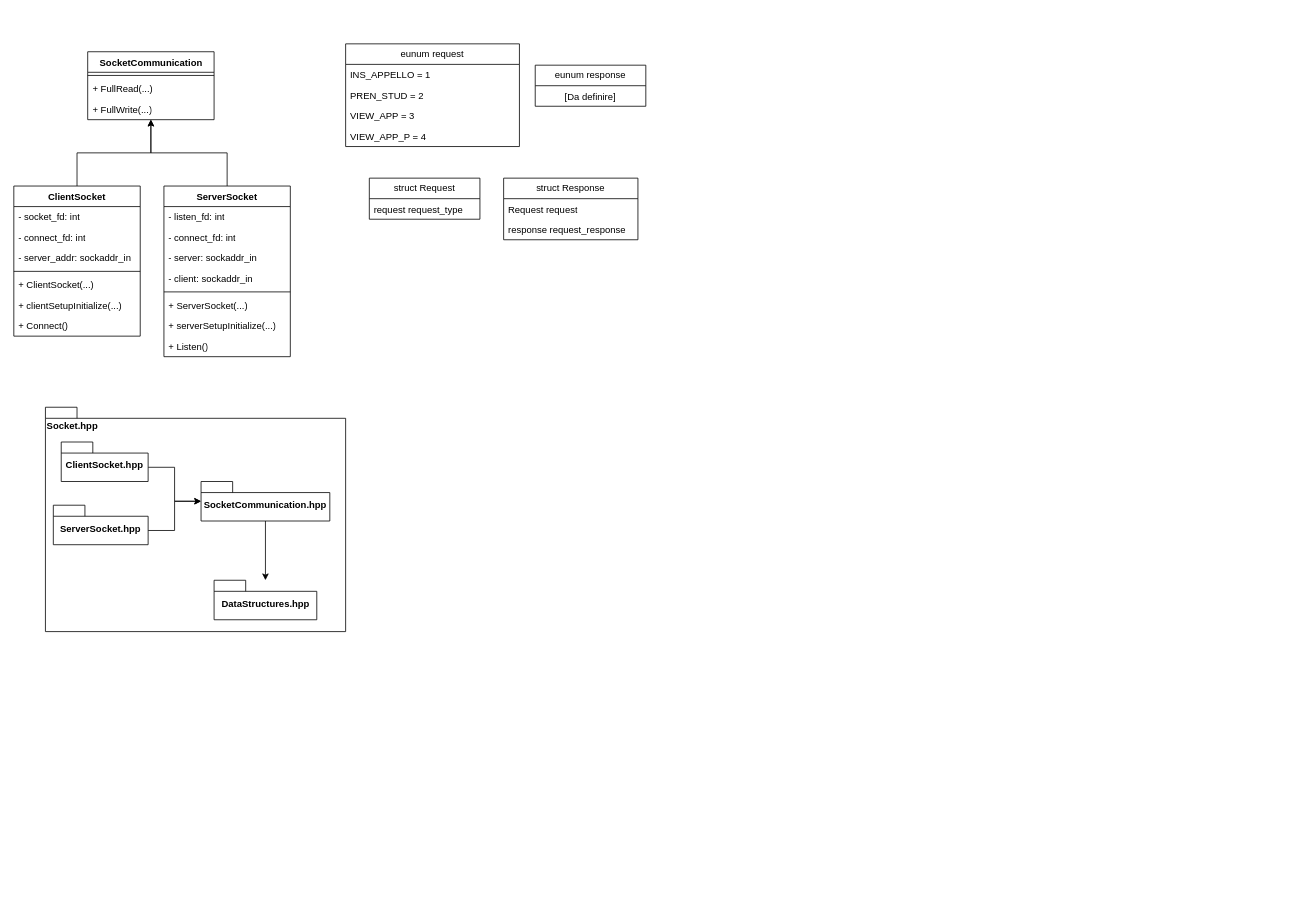
The draw.io diagram documentazione/Classi_Librerie.drawio in NicolaPonticelli001/reti_di_calcolatori_gestionale_uni, before the edit. Source tidied: cells renumbered, new cells numbered last; positions are measured from the earlier drawing's top-left corner, leaving out a move shared by most shapes. Both pictures are drawn from the tidied source at 79%, with x=0, y=0 at pixel (13, 43).
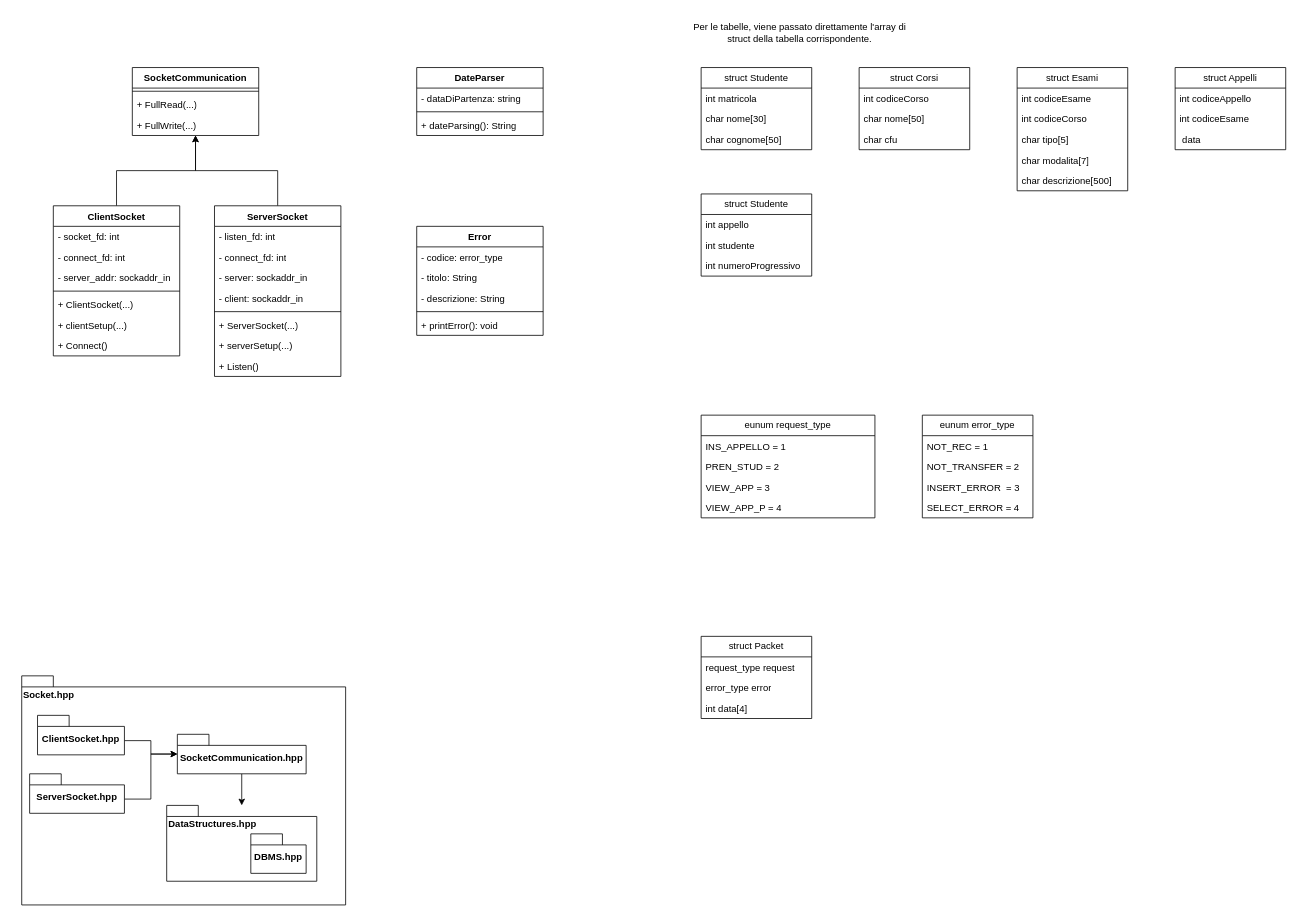
After the change.

Commit message (it also covers changes not shown here):
Aggiornamento delle specifiche delle operazioni e definizione delle strutture dati

What changed in the source:
```diff
@@
     <mxCell id="3" value="ClientSocket" style="swimlane;fontStyle=1;align=center;verticalAlign=top;horizontal=1;startSize=26;whiteSpace=wrap;html=1;" parent="1" vertex="1">
-      <mxGeometry y="180" width="160" height="190" as="geometry" />
+      <mxGeometry x="50" y="205" width="160" height="190" as="geometry" />
     </mxCell>
@@
-    <mxCell id="9" value="+ clientSetupInitialize(...)" style="text;strokeColor=none;fillColor=none;align=left;verticalAlign=top;spacingLeft=4;spacingRight=4;overflow=hidden;whiteSpace=wrap;html=1;" parent="3" vertex="1">
+    <mxCell id="9" value="+ clientSetup(...)" style="text;strokeColor=none;fillColor=none;align=left;verticalAlign=top;spacingLeft=4;spacingRight=4;overflow=hidden;whiteSpace=wrap;html=1;" parent="3" vertex="1">
       <mxGeometry y="138" width="160" height="26" as="geometry" />
     </mxCell>
@@
     <mxCell id="12" value="ServerSocket" style="swimlane;fontStyle=1;align=center;verticalAlign=top;horizontal=1;startSize=26;whiteSpace=wrap;html=1;" parent="1" vertex="1">
-      <mxGeometry x="190" y="180" width="160" height="216" as="geometry" />
+      <mxGeometry x="254" y="205" width="160" height="216" as="geometry" />
     </mxCell>
@@
-    <mxCell id="19" value="+ serverSetupInitialize(...)" style="text;strokeColor=none;fillColor=none;align=left;verticalAlign=top;spacingLeft=4;spacingRight=4;overflow=hidden;whiteSpace=wrap;html=1;" parent="12" vertex="1">
+    <mxCell id="19" value="+ serverSetup(...)" style="text;strokeColor=none;fillColor=none;align=left;verticalAlign=top;spacingLeft=4;spacingRight=4;overflow=hidden;whiteSpace=wrap;html=1;" parent="12" vertex="1">
       <mxGeometry y="164" width="160" height="26" as="geometry" />
     </mxCell>
@@
     <mxCell id="21" value="SocketCommunication" style="swimlane;fontStyle=1;align=center;verticalAlign=top;horizontal=1;startSize=26;whiteSpace=wrap;html=1;" parent="1" vertex="1">
-      <mxGeometry x="93.5" y="10" width="160" height="86" as="geometry" />
+      <mxGeometry x="150" y="30" width="160" height="86" as="geometry" />
     </mxCell>
@@
     <mxCell id="25" value="Socket.hpp" style="shape=folder;fontStyle=1;spacingTop=10;tabWidth=40;tabHeight=14;tabPosition=left;html=1;whiteSpace=wrap;align=left;verticalAlign=top;" parent="1" vertex="1">
-      <mxGeometry x="40" y="460" width="380" height="284" as="geometry" />
+      <mxGeometry x="10" y="800" width="410" height="290" as="geometry" />
     </mxCell>
@@
     <mxCell id="27" value="ClientSocket.hpp" style="shape=folder;fontStyle=1;spacingTop=10;tabWidth=40;tabHeight=14;tabPosition=left;html=1;whiteSpace=wrap;" parent="1" vertex="1">
-      <mxGeometry x="60" y="504" width="110" height="50" as="geometry" />
+      <mxGeometry x="30" y="850" width="110" height="50" as="geometry" />
     </mxCell>
@@
     <mxCell id="29" value="ServerSocket.hpp" style="shape=folder;fontStyle=1;spacingTop=10;tabWidth=40;tabHeight=14;tabPosition=left;html=1;whiteSpace=wrap;" parent="1" vertex="1">
-      <mxGeometry x="50" y="584" width="120" height="50" as="geometry" />
+      <mxGeometry x="20" y="924" width="120" height="50" as="geometry" />
     </mxCell>
@@
     <mxCell id="31" value="SocketCommunication.hpp" style="shape=folder;fontStyle=1;spacingTop=10;tabWidth=40;tabHeight=14;tabPosition=left;html=1;whiteSpace=wrap;" parent="1" vertex="1">
-      <mxGeometry x="237" y="554" width="163" height="50" as="geometry" />
+      <mxGeometry x="207" y="874" width="163" height="50" as="geometry" />
     </mxCell>
-    <mxCell id="32" value="DataStructures.hpp" style="shape=folder;fontStyle=1;spacingTop=10;tabWidth=40;tabHeight=14;tabPosition=left;html=1;whiteSpace=wrap;" parent="1" vertex="1">
-      <mxGeometry x="253.5" y="679" width="130" height="50" as="geometry" />
+    <mxCell id="32" value="DataStructures.hpp" style="shape=folder;fontStyle=1;spacingTop=10;tabWidth=40;tabHeight=14;tabPosition=left;html=1;whiteSpace=wrap;align=left;verticalAlign=top;" parent="1" vertex="1">
+      <mxGeometry x="193.5" y="964" width="190" height="96" as="geometry" />
     </mxCell>
-    <mxCell id="33" value="struct Request" style="swimlane;fontStyle=0;horizontal=1;startSize=26;fillColor=none;whiteSpace=wrap;html=1;" parent="1" vertex="1">
-      <mxGeometry x="450" y="170" width="140" height="52" as="geometry" />
-    </mxCell>
-    <mxCell id="34" value="request request_type" style="text;strokeColor=none;fillColor=none;align=left;verticalAlign=top;spacingLeft=4;spacingRight=4;overflow=hidden;whiteSpace=wrap;html=1;" parent="33" vertex="1">
-      <mxGeometry y="26" width="140" height="26" as="geometry" />
-    </mxCell>
-    <mxCell id="35" value="struct Response" style="swimlane;fontStyle=0;horizontal=1;startSize=26;fillColor=none;whiteSpace=wrap;html=1;" parent="1" vertex="1">
-      <mxGeometry x="620" y="170" width="170" height="78" as="geometry" />
-    </mxCell>
-    <mxCell id="36" value="Request request" style="text;strokeColor=none;fillColor=none;align=left;verticalAlign=top;spacingLeft=4;spacingRight=4;overflow=hidden;whiteSpace=wrap;html=1;" parent="35" vertex="1">
-      <mxGeometry y="26" width="170" height="26" as="geometry" />
-    </mxCell>
-    <mxCell id="37" value="response request_response" style="text;strokeColor=none;fillColor=none;align=left;verticalAlign=top;spacingLeft=4;spacingRight=4;overflow=hidden;whiteSpace=wrap;html=1;" parent="35" vertex="1">
-      <mxGeometry y="52" width="170" height="26" as="geometry" />
-    </mxCell>
-    <mxCell id="38" value="eunum request" style="swimlane;fontStyle=0;horizontal=1;startSize=26;fillColor=none;whiteSpace=wrap;html=1;" parent="1" vertex="1">
-      <mxGeometry x="420" width="220" height="130" as="geometry" />
+    <mxCell id="38" value="eunum request_type" style="swimlane;fontStyle=0;horizontal=1;startSize=26;fillColor=none;whiteSpace=wrap;html=1;" parent="1" vertex="1">
+      <mxGeometry x="870" y="470" width="220" height="130" as="geometry" />
     </mxCell>
@@
-    <mxCell id="43" value="eunum response" style="swimlane;fontStyle=0;horizontal=1;startSize=26;fillColor=none;whiteSpace=wrap;html=1;" parent="1" vertex="1">
-      <mxGeometry x="660" y="27" width="140" height="52" as="geometry" />
+    <mxCell id="43" value="eunum error_type" style="swimlane;fontStyle=0;horizontal=1;startSize=26;fillColor=none;whiteSpace=wrap;html=1;" parent="1" vertex="1">
+      <mxGeometry x="1150" y="470" width="140" height="130" as="geometry" />
     </mxCell>
-    <mxCell id="44" value="[Da definire]" style="text;strokeColor=none;fillColor=none;align=center;verticalAlign=top;spacingLeft=4;spacingRight=4;overflow=hidden;whiteSpace=wrap;html=1;" parent="43" vertex="1">
+    <mxCell id="44" value="NOT_REC = 1" style="text;strokeColor=none;fillColor=none;align=left;verticalAlign=top;spacingLeft=4;spacingRight=4;overflow=hidden;whiteSpace=wrap;html=1;" parent="43" vertex="1">
       <mxGeometry y="26" width="140" height="26" as="geometry" />
     </mxCell>
+    <mxCell id="45" value="NOT_TRANSFER = 2" style="text;strokeColor=none;fillColor=none;align=left;verticalAlign=top;spacingLeft=4;spacingRight=4;overflow=hidden;whiteSpace=wrap;html=1;" parent="43" vertex="1">
+      <mxGeometry y="52" width="140" height="26" as="geometry" />
+    </mxCell>
+    <mxCell id="46" value="INSERT_ERROR&amp;nbsp; = 3" style="text;strokeColor=none;fillColor=none;align=left;verticalAlign=top;spacingLeft=4;spacingRight=4;overflow=hidden;whiteSpace=wrap;html=1;" parent="43" vertex="1">
+      <mxGeometry y="78" width="140" height="26" as="geometry" />
+    </mxCell>
+    <mxCell id="47" value="SELECT_ERROR = 4" style="text;strokeColor=none;fillColor=none;align=left;verticalAlign=top;spacingLeft=4;spacingRight=4;overflow=hidden;whiteSpace=wrap;html=1;" parent="43" vertex="1">
+      <mxGeometry y="104" width="140" height="26" as="geometry" />
+    </mxCell>
+    <mxCell id="48" value="DBMS.hpp" style="shape=folder;fontStyle=1;spacingTop=10;tabWidth=40;tabHeight=14;tabPosition=left;html=1;whiteSpace=wrap;" parent="1" vertex="1">
+      <mxGeometry x="300" y="1000" width="70" height="50" as="geometry" />
+    </mxCell>
+    <mxCell id="49" value="struct Packet" style="swimlane;fontStyle=0;horizontal=1;startSize=26;fillColor=none;whiteSpace=wrap;html=1;" parent="1" vertex="1">
+      <mxGeometry x="870" y="750" width="140" height="104" as="geometry" />
+    </mxCell>
+    <mxCell id="50" value="request_type request&lt;br&gt;" style="text;strokeColor=none;fillColor=none;align=left;verticalAlign=top;spacingLeft=4;spacingRight=4;overflow=hidden;whiteSpace=wrap;html=1;" parent="49" vertex="1">
+      <mxGeometry y="26" width="140" height="26" as="geometry" />
+    </mxCell>
+    <mxCell id="51" value="error_type error" style="text;strokeColor=none;fillColor=none;align=left;verticalAlign=top;spacingLeft=4;spacingRight=4;overflow=hidden;whiteSpace=wrap;html=1;" parent="49" vertex="1">
+      <mxGeometry y="52" width="140" height="26" as="geometry" />
+    </mxCell>
+    <mxCell id="52" value="int data[4]" style="text;strokeColor=none;fillColor=none;align=left;verticalAlign=top;spacingLeft=4;spacingRight=4;overflow=hidden;whiteSpace=wrap;html=1;" parent="49" vertex="1">
+      <mxGeometry y="78" width="140" height="26" as="geometry" />
+    </mxCell>
+    <mxCell id="53" value="Error" style="swimlane;fontStyle=1;align=center;verticalAlign=top;horizontal=1;startSize=26;whiteSpace=wrap;html=1;" parent="1" vertex="1">
+      <mxGeometry x="510" y="231" width="160" height="138" as="geometry" />
+    </mxCell>
+    <mxCell id="54" value="- codice: error_type" style="text;strokeColor=none;fillColor=none;align=left;verticalAlign=top;spacingLeft=4;spacingRight=4;overflow=hidden;whiteSpace=wrap;html=1;" parent="53" vertex="1">
+      <mxGeometry y="26" width="160" height="26" as="geometry" />
+    </mxCell>
+    <mxCell id="55" value="- titolo: String" style="text;strokeColor=none;fillColor=none;align=left;verticalAlign=top;spacingLeft=4;spacingRight=4;overflow=hidden;whiteSpace=wrap;html=1;" parent="53" vertex="1">
+      <mxGeometry y="52" width="160" height="26" as="geometry" />
+    </mxCell>
+    <mxCell id="56" value="- descrizione: String" style="text;strokeColor=none;fillColor=none;align=left;verticalAlign=top;spacingLeft=4;spacingRight=4;overflow=hidden;whiteSpace=wrap;html=1;" parent="53" vertex="1">
+      <mxGeometry y="78" width="160" height="26" as="geometry" />
+    </mxCell>
+    <mxCell id="57" style="line;strokeWidth=1;fillColor=none;align=left;verticalAlign=middle;spacingTop=-1;spacingLeft=3;spacingRight=3;labelPosition=right;strokeColor=inherit;" parent="53" vertex="1">
+      <mxGeometry y="104" width="160" height="8" as="geometry" />
+    </mxCell>
+    <mxCell id="58" value="+ printError(): void" style="text;strokeColor=none;fillColor=none;align=left;verticalAlign=top;spacingLeft=4;spacingRight=4;overflow=hidden;whiteSpace=wrap;html=1;" parent="53" vertex="1">
+      <mxGeometry y="112" width="160" height="26" as="geometry" />
+    </mxCell>
+    <mxCell id="59" value="Per le tabelle, viene passato direttamente l'array di struct della tabella corrispondente." style="text;html=1;strokeColor=none;fillColor=none;align=center;verticalAlign=middle;whiteSpace=wrap;rounded=0;" parent="1" vertex="1">
+      <mxGeometry x="850" y="-38" width="290" height="48" as="geometry" />
+    </mxCell>
+    <mxCell id="60" value="struct Studente" style="swimlane;fontStyle=0;horizontal=1;startSize=26;fillColor=none;whiteSpace=wrap;html=1;" parent="1" vertex="1">
+      <mxGeometry x="870" y="30" width="140" height="104" as="geometry" />
+    </mxCell>
+    <mxCell id="61" value="int matricola" style="text;strokeColor=none;fillColor=none;align=left;verticalAlign=top;spacingLeft=4;spacingRight=4;overflow=hidden;whiteSpace=wrap;html=1;" parent="60" vertex="1">
+      <mxGeometry y="26" width="140" height="26" as="geometry" />
+    </mxCell>
+    <mxCell id="62" value="char nome[30]" style="text;strokeColor=none;fillColor=none;align=left;verticalAlign=top;spacingLeft=4;spacingRight=4;overflow=hidden;whiteSpace=wrap;html=1;" parent="60" vertex="1">
+      <mxGeometry y="52" width="140" height="26" as="geometry" />
+    </mxCell>
+    <mxCell id="63" value="char cognome[50]" style="text;strokeColor=none;fillColor=none;align=left;verticalAlign=top;spacingLeft=4;spacingRight=4;overflow=hidden;whiteSpace=wrap;html=1;" parent="60" vertex="1">
+      <mxGeometry y="78" width="140" height="26" as="geometry" />
+    </mxCell>
+    <mxCell id="64" value="struct Corsi" style="swimlane;fontStyle=0;horizontal=1;startSize=26;fillColor=none;whiteSpace=wrap;html=1;" parent="1" vertex="1">
+      <mxGeometry x="1070" y="30" width="140" height="104" as="geometry" />
+    </mxCell>
+    <mxCell id="65" value="int codiceCorso" style="text;strokeColor=none;fillColor=none;align=left;verticalAlign=top;spacingLeft=4;spacingRight=4;overflow=hidden;whiteSpace=wrap;html=1;" parent="64" vertex="1">
+      <mxGeometry y="26" width="140" height="26" as="geometry" />
+    </mxCell>
+    <mxCell id="66" value="char nome[50]" style="text;strokeColor=none;fillColor=none;align=left;verticalAlign=top;spacingLeft=4;spacingRight=4;overflow=hidden;whiteSpace=wrap;html=1;" parent="64" vertex="1">
+      <mxGeometry y="52" width="140" height="26" as="geometry" />
+    </mxCell>
+    <mxCell id="67" value="char cfu" style="text;strokeColor=none;fillColor=none;align=left;verticalAlign=top;spacingLeft=4;spacingRight=4;overflow=hidden;whiteSpace=wrap;html=1;" parent="64" vertex="1">
+      <mxGeometry y="78" width="140" height="26" as="geometry" />
+    </mxCell>
+    <mxCell id="68" value="struct Esami" style="swimlane;fontStyle=0;horizontal=1;startSize=26;fillColor=none;whiteSpace=wrap;html=1;" parent="1" vertex="1">
+      <mxGeometry x="1270" y="30" width="140" height="156" as="geometry" />
+    </mxCell>
+    <mxCell id="69" value="int codiceEsame" style="text;strokeColor=none;fillColor=none;align=left;verticalAlign=top;spacingLeft=4;spacingRight=4;overflow=hidden;whiteSpace=wrap;html=1;" parent="68" vertex="1">
+      <mxGeometry y="26" width="140" height="26" as="geometry" />
+    </mxCell>
+    <mxCell id="70" value="int codiceCorso" style="text;strokeColor=none;fillColor=none;align=left;verticalAlign=top;spacingLeft=4;spacingRight=4;overflow=hidden;whiteSpace=wrap;html=1;" parent="68" vertex="1">
+      <mxGeometry y="52" width="140" height="26" as="geometry" />
+    </mxCell>
+    <mxCell id="71" value="char tipo[5]" style="text;strokeColor=none;fillColor=none;align=left;verticalAlign=top;spacingLeft=4;spacingRight=4;overflow=hidden;whiteSpace=wrap;html=1;" parent="68" vertex="1">
+      <mxGeometry y="78" width="140" height="26" as="geometry" />
+    </mxCell>
+    <mxCell id="72" value="char modalita[7]" style="text;strokeColor=none;fillColor=none;align=left;verticalAlign=top;spacingLeft=4;spacingRight=4;overflow=hidden;whiteSpace=wrap;html=1;" parent="68" vertex="1">
+      <mxGeometry y="104" width="140" height="26" as="geometry" />
+    </mxCell>
+    <mxCell id="73" value="char descrizione[500]" style="text;strokeColor=none;fillColor=none;align=left;verticalAlign=top;spacingLeft=4;spacingRight=4;overflow=hidden;whiteSpace=wrap;html=1;" parent="68" vertex="1">
+      <mxGeometry y="130" width="140" height="26" as="geometry" />
+    </mxCell>
+    <mxCell id="74" value="struct Appelli" style="swimlane;fontStyle=0;horizontal=1;startSize=26;fillColor=none;whiteSpace=wrap;html=1;" parent="1" vertex="1">
+      <mxGeometry x="1470" y="30" width="140" height="104" as="geometry" />
+    </mxCell>
+    <mxCell id="75" value="int codiceAppello" style="text;strokeColor=none;fillColor=none;align=left;verticalAlign=top;spacingLeft=4;spacingRight=4;overflow=hidden;whiteSpace=wrap;html=1;" parent="74" vertex="1">
+      <mxGeometry y="26" width="140" height="26" as="geometry" />
+    </mxCell>
+    <mxCell id="76" value="int codiceEsame" style="text;strokeColor=none;fillColor=none;align=left;verticalAlign=top;spacingLeft=4;spacingRight=4;overflow=hidden;whiteSpace=wrap;html=1;" parent="74" vertex="1">
+      <mxGeometry y="52" width="140" height="26" as="geometry" />
+    </mxCell>
+    <mxCell id="77" value="&amp;nbsp;data" style="text;strokeColor=none;fillColor=none;align=left;verticalAlign=top;spacingLeft=4;spacingRight=4;overflow=hidden;whiteSpace=wrap;html=1;" parent="74" vertex="1">
+      <mxGeometry y="78" width="140" height="26" as="geometry" />
+    </mxCell>
+    <mxCell id="78" value="struct Studente" style="swimlane;fontStyle=0;horizontal=1;startSize=26;fillColor=none;whiteSpace=wrap;html=1;" parent="1" vertex="1">
+      <mxGeometry x="870" y="190" width="140" height="104" as="geometry" />
+    </mxCell>
+    <mxCell id="79" value="int appello" style="text;strokeColor=none;fillColor=none;align=left;verticalAlign=top;spacingLeft=4;spacingRight=4;overflow=hidden;whiteSpace=wrap;html=1;" parent="78" vertex="1">
+      <mxGeometry y="26" width="140" height="26" as="geometry" />
+    </mxCell>
+    <mxCell id="80" value="int studente" style="text;strokeColor=none;fillColor=none;align=left;verticalAlign=top;spacingLeft=4;spacingRight=4;overflow=hidden;whiteSpace=wrap;html=1;" parent="78" vertex="1">
+      <mxGeometry y="52" width="140" height="26" as="geometry" />
+    </mxCell>
+    <mxCell id="81" value="int numeroProgressivo" style="text;strokeColor=none;fillColor=none;align=left;verticalAlign=top;spacingLeft=4;spacingRight=4;overflow=hidden;whiteSpace=wrap;html=1;" parent="78" vertex="1">
+      <mxGeometry y="78" width="140" height="26" as="geometry" />
+    </mxCell>
+    <mxCell id="82" value="DateParser" style="swimlane;fontStyle=1;align=center;verticalAlign=top;horizontal=1;startSize=26;whiteSpace=wrap;html=1;" parent="1" vertex="1">
+      <mxGeometry x="510" y="30" width="160" height="86" as="geometry" />
+    </mxCell>
+    <mxCell id="83" value="- dataDiPartenza: string" style="text;strokeColor=none;fillColor=none;align=left;verticalAlign=top;spacingLeft=4;spacingRight=4;overflow=hidden;whiteSpace=wrap;html=1;" parent="82" vertex="1">
+      <mxGeometry y="26" width="160" height="26" as="geometry" />
+    </mxCell>
+    <mxCell id="84" style="line;strokeWidth=1;fillColor=none;align=left;verticalAlign=middle;spacingTop=-1;spacingLeft=3;spacingRight=3;labelPosition=right;strokeColor=inherit;" parent="82" vertex="1">
+      <mxGeometry y="52" width="160" height="8" as="geometry" />
+    </mxCell>
+    <mxCell id="85" value="+ dateParsing(): String" style="text;strokeColor=none;fillColor=none;align=left;verticalAlign=top;spacingLeft=4;spacingRight=4;overflow=hidden;whiteSpace=wrap;html=1;" parent="82" vertex="1">
+      <mxGeometry y="60" width="160" height="26" as="geometry" />
+    </mxCell>
```
